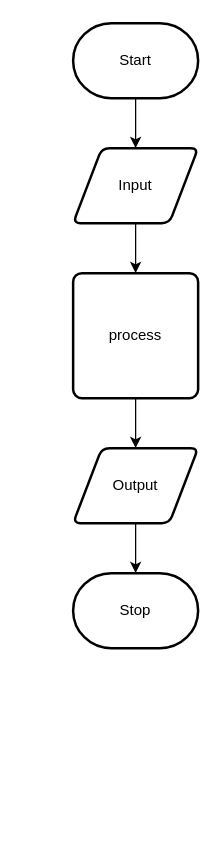
Above: design/flow-chart.drawio in Liya-Getachew/ICS2O-Unit5-08-JS (draw.io), before the change. Source tidied: cells renumbered, new cells numbered last; positions are measured from the earlier drawing's top-left corner, leaving out a move shared by most shapes. Both pictures are drawn from the tidied source at 125%, with x=0, y=0 at pixel (72, 22).
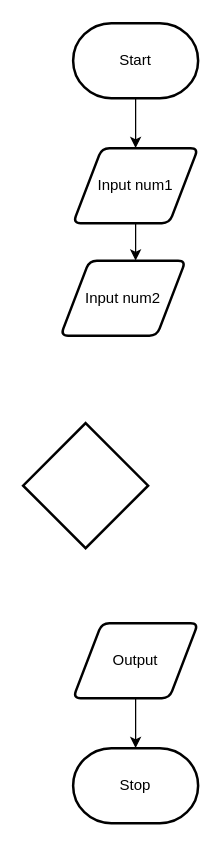
Above is the later version.

What changed in the source:
```diff
@@
 <mxGraphModel>
   <root>
     <mxCell id="0" />
     <mxCell id="1" parent="0" />
     <mxCell id="2" style="edgeStyle=none;html=1;" parent="1" edge="1" source="3" target="5">
       <mxGeometry relative="1" as="geometry" />
     </mxCell>
     <mxCell id="3" value="Start" style="strokeWidth=2;html=1;shape=mxgraph.flowchart.terminator;whiteSpace=wrap;" parent="1" vertex="1">
       <mxGeometry width="100" height="60" as="geometry" />
     </mxCell>
-    <mxCell id="4" style="edgeStyle=none;html=1;" parent="1" edge="1" source="5" target="7">
-      <mxGeometry relative="1" as="geometry" />
-    </mxCell>
+    <mxCell id="11" style="edgeStyle=none;html=1;entryX=0.6;entryY=0;entryDx=0;entryDy=0;entryPerimeter=0;" parent="1" edge="1" source="5" target="12">
+      <mxGeometry relative="1" as="geometry" />
+    </mxCell>
-    <mxCell id="5" value="Input" style="shape=parallelogram;html=1;strokeWidth=2;perimeter=parallelogramPerimeter;whiteSpace=wrap;rounded=1;arcSize=12;size=0.23;" parent="1" vertex="1">
+    <mxCell id="5" value="Input num1" style="shape=parallelogram;html=1;strokeWidth=2;perimeter=parallelogramPerimeter;whiteSpace=wrap;rounded=1;arcSize=12;size=0.23;" parent="1" vertex="1">
       <mxGeometry y="100" width="100" height="60" as="geometry" />
     </mxCell>
-    <mxCell id="6" style="edgeStyle=none;html=1;" parent="1" edge="1" source="7" target="9">
-      <mxGeometry relative="1" as="geometry" />
-    </mxCell>
-    <mxCell id="7" value="process" style="rounded=1;whiteSpace=wrap;html=1;absoluteArcSize=1;arcSize=14;strokeWidth=2;" parent="1" vertex="1">
-      <mxGeometry y="200" width="100" height="100" as="geometry" />
-    </mxCell>
     <mxCell id="8" style="edgeStyle=none;html=1;" parent="1" edge="1" source="9" target="10">
       <mxGeometry relative="1" as="geometry" />
     </mxCell>
     <mxCell id="9" value="Output" style="shape=parallelogram;html=1;strokeWidth=2;perimeter=parallelogramPerimeter;whiteSpace=wrap;rounded=1;arcSize=12;size=0.23;" parent="1" vertex="1">
-      <mxGeometry y="340" width="100" height="60" as="geometry" />
+      <mxGeometry y="480" width="100" height="60" as="geometry" />
     </mxCell>
     <mxCell id="10" value="Stop" style="strokeWidth=2;html=1;shape=mxgraph.flowchart.terminator;whiteSpace=wrap;" parent="1" vertex="1">
-      <mxGeometry y="440" width="100" height="60" as="geometry" />
+      <mxGeometry y="580" width="100" height="60" as="geometry" />
     </mxCell>
+    <mxCell id="12" value="Input num2" style="shape=parallelogram;html=1;strokeWidth=2;perimeter=parallelogramPerimeter;whiteSpace=wrap;rounded=1;arcSize=12;size=0.23;" parent="1" vertex="1">
+      <mxGeometry x="-10" y="190" width="100" height="60" as="geometry" />
+    </mxCell>
+    <mxCell id="13" style="strokeWidth=2;html=1;shape=mxgraph.flowchart.decision;whiteSpace=wrap;" parent="1" vertex="1">
+      <mxGeometry x="-40" y="320" width="100" height="100" as="geometry" />
+    </mxCell>
   </root>
 </mxGraphModel>
```
